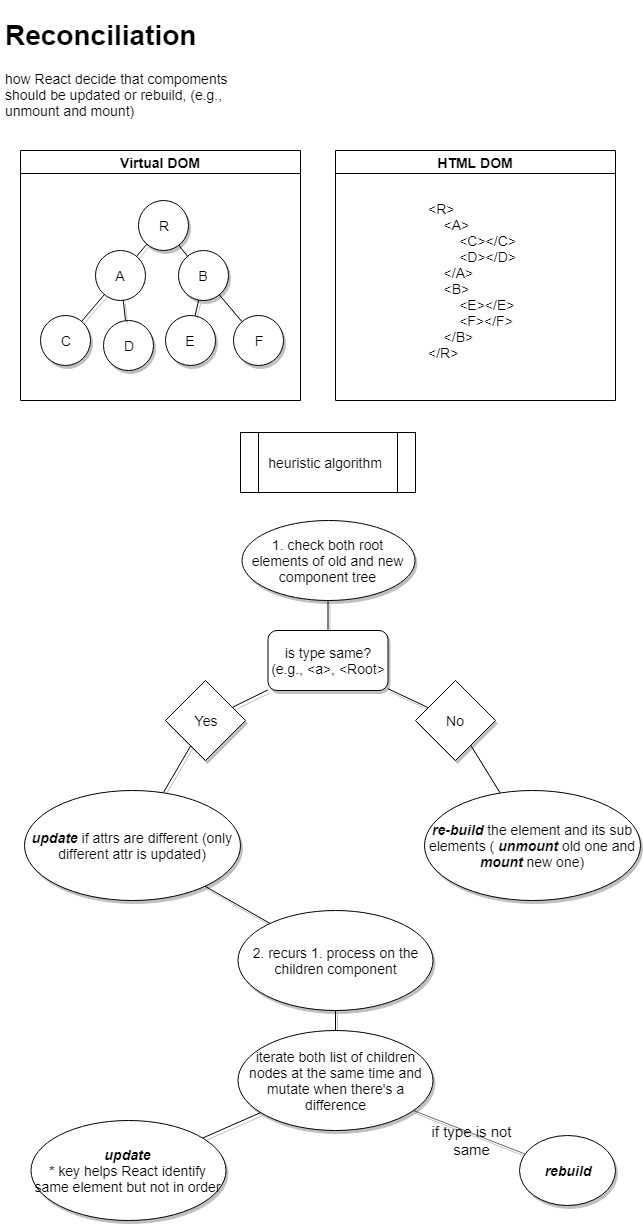
stsiwo/react_redux_concept keeps this draw.io diagram as reconciliation.png. Above is the earlier version. Source tidied: cells renumbered, new cells last; positions are measured from the earlier drawing's top-left corner, leaving out a move shared by most shapes.
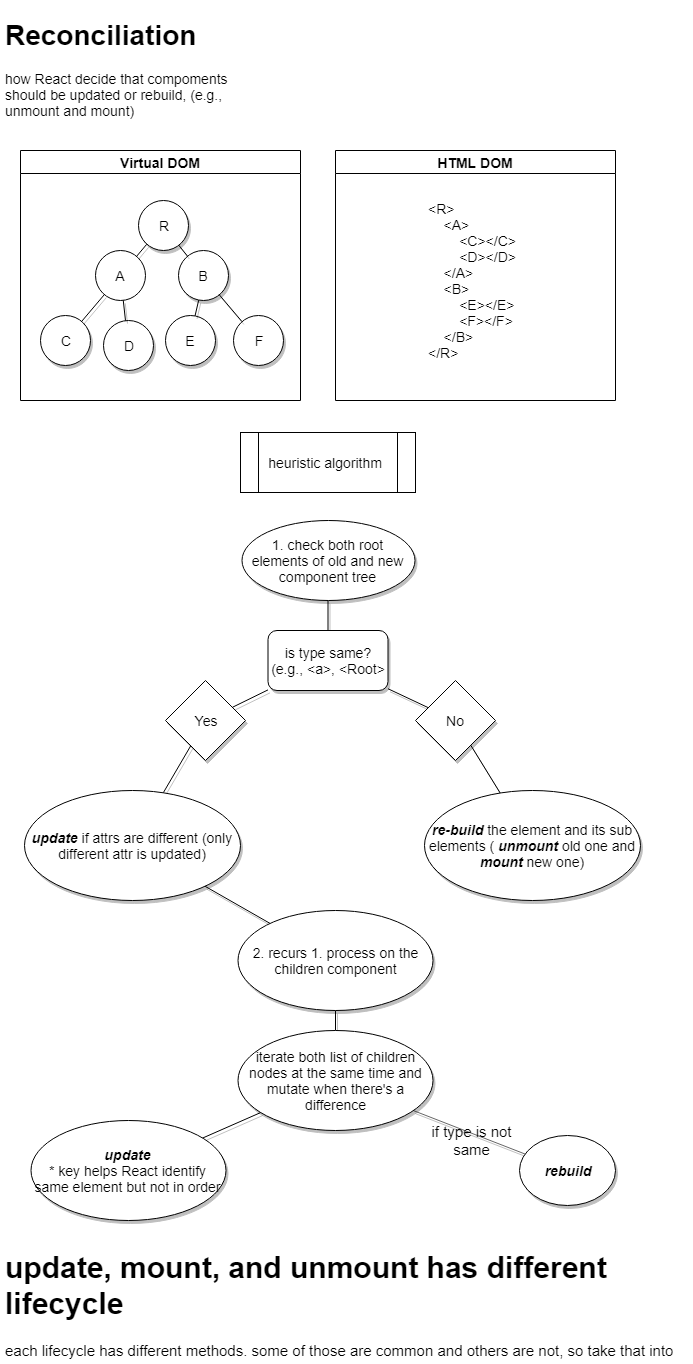
Above is the later version.

The edit, as a diff of the source:
```diff
@@ -116,5 +116,8 @@
     <mxCell id="39" value="&lt;b&gt;&lt;i&gt;update&lt;/i&gt;&lt;/b&gt;&lt;br&gt;* key helps React identify same element but not in order&lt;br&gt;" style="ellipse;whiteSpace=wrap;html=1;shadow=1;gradientColor=none;fontSize=14;" parent="1" vertex="1">
       <mxGeometry x="30" y="1110" width="195" height="100" as="geometry" />
     </mxCell>
+    <mxCell id="40" value="&lt;h1&gt;update, mount, and unmount has different lifecycle&lt;/h1&gt;&lt;p&gt;each lifecycle has different methods. some of those&amp;nbsp;are common and others are not, so take that into account when you design schema.&amp;nbsp;&lt;/p&gt;" style="text;html=1;strokeColor=none;fillColor=none;spacing=5;spacingTop=-20;whiteSpace=wrap;overflow=hidden;rounded=0;shadow=1;fontSize=15;" parent="1" vertex="1">
+      <mxGeometry y="1230" width="690" height="120" as="geometry" />
+    </mxCell>
   </root>
 </mxGraphModel>
```
